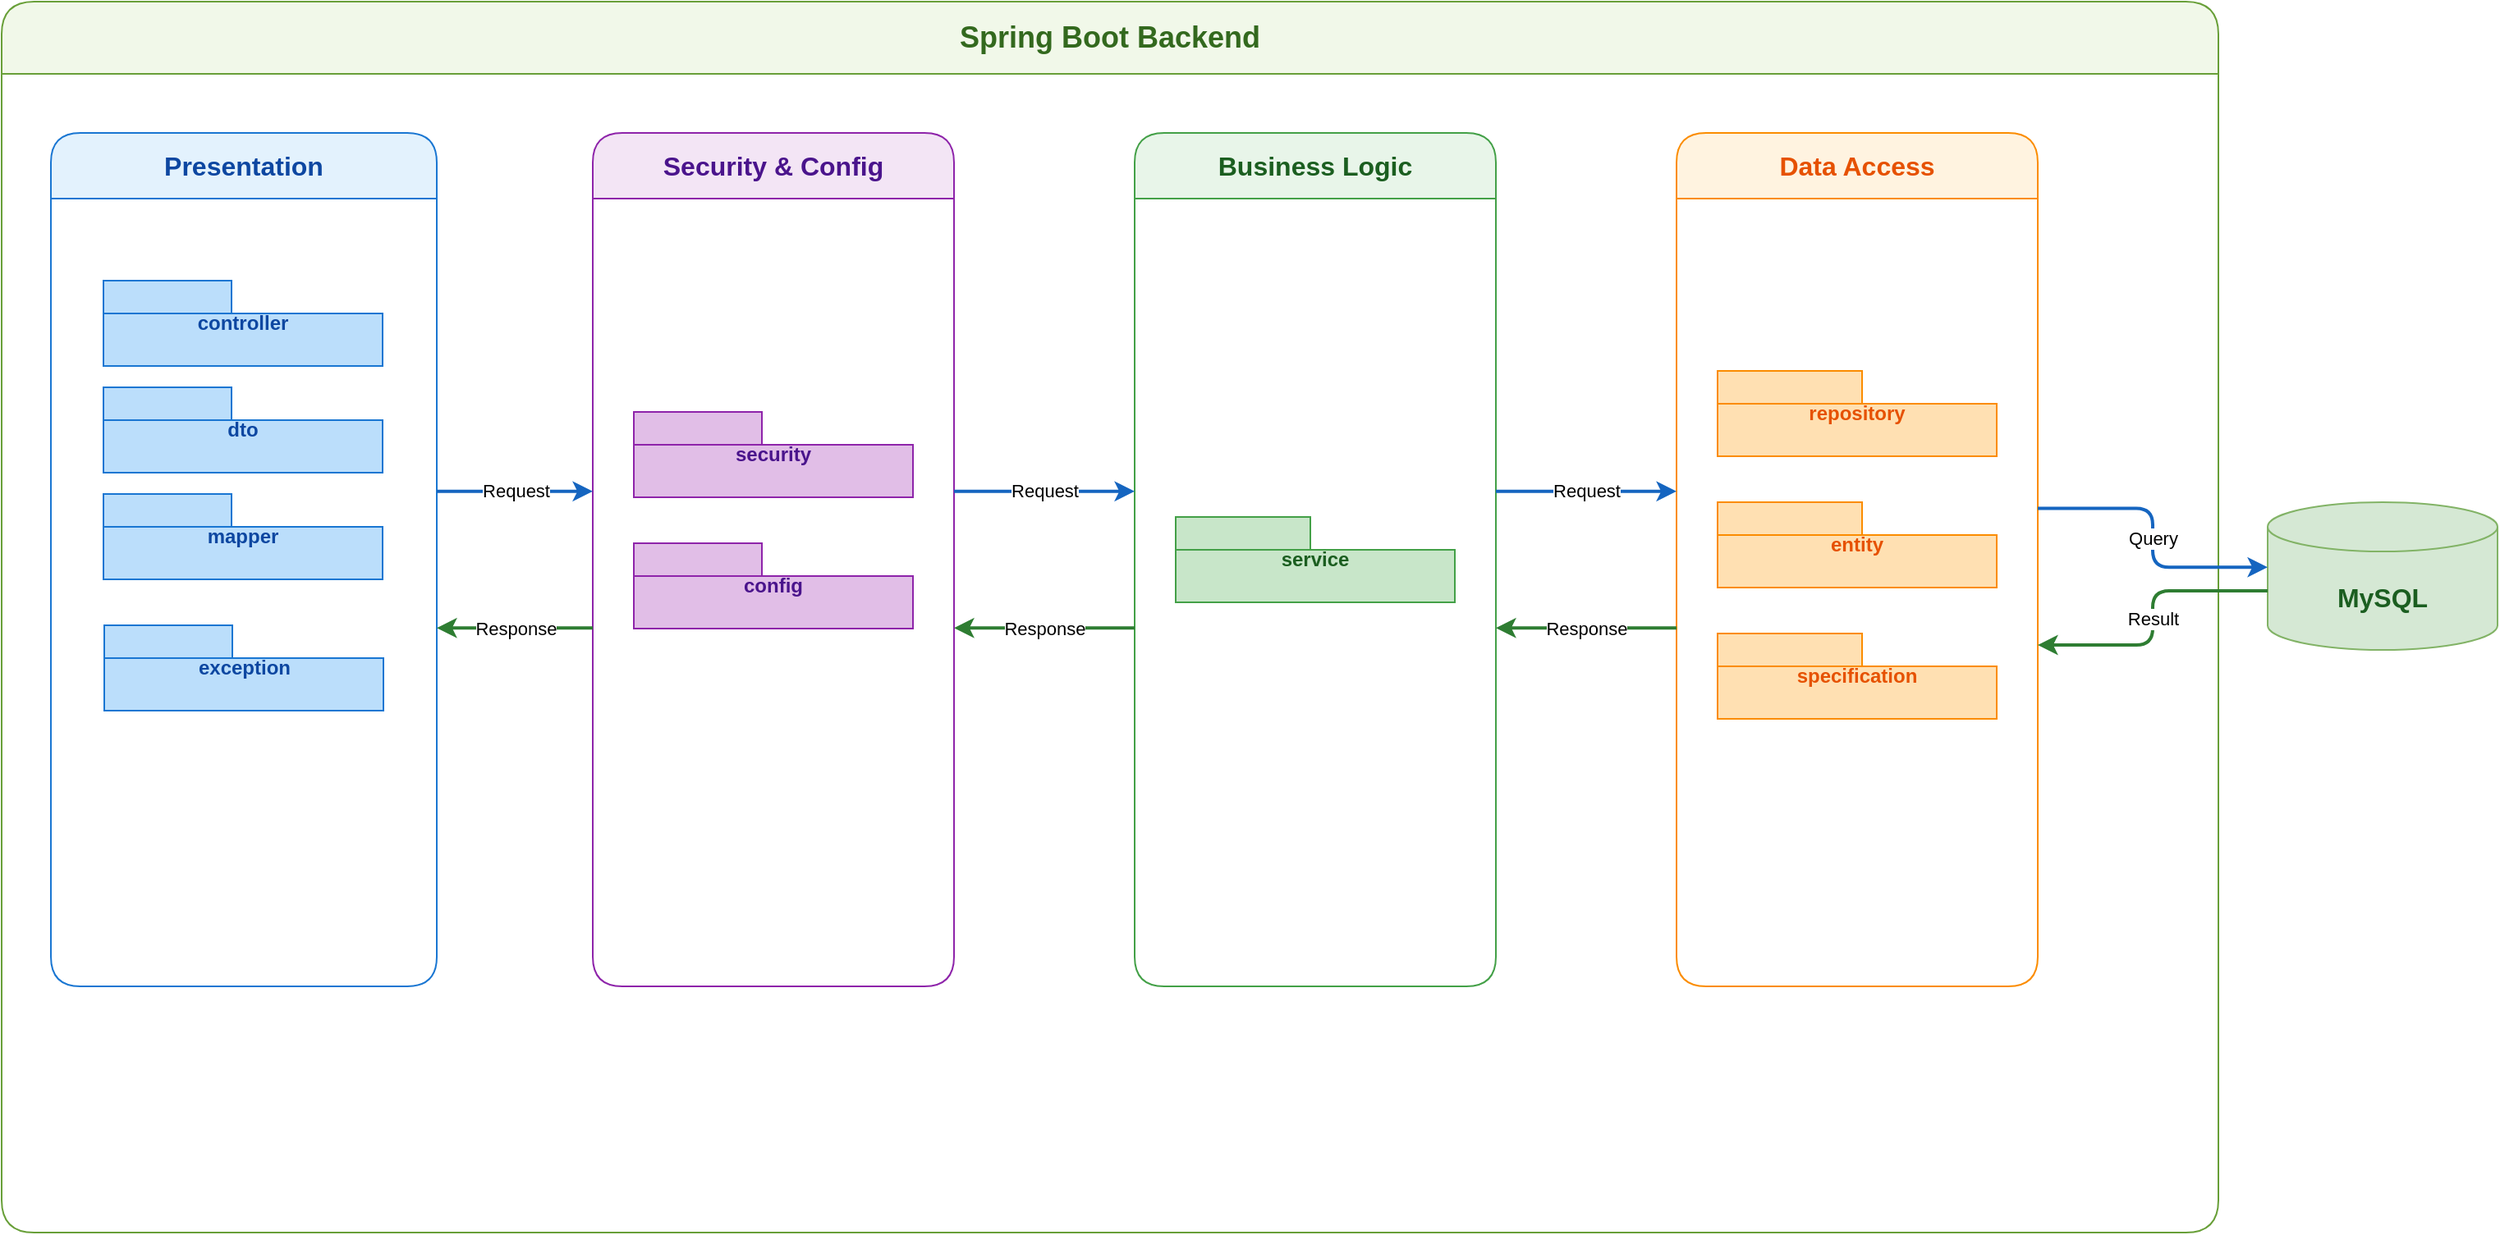
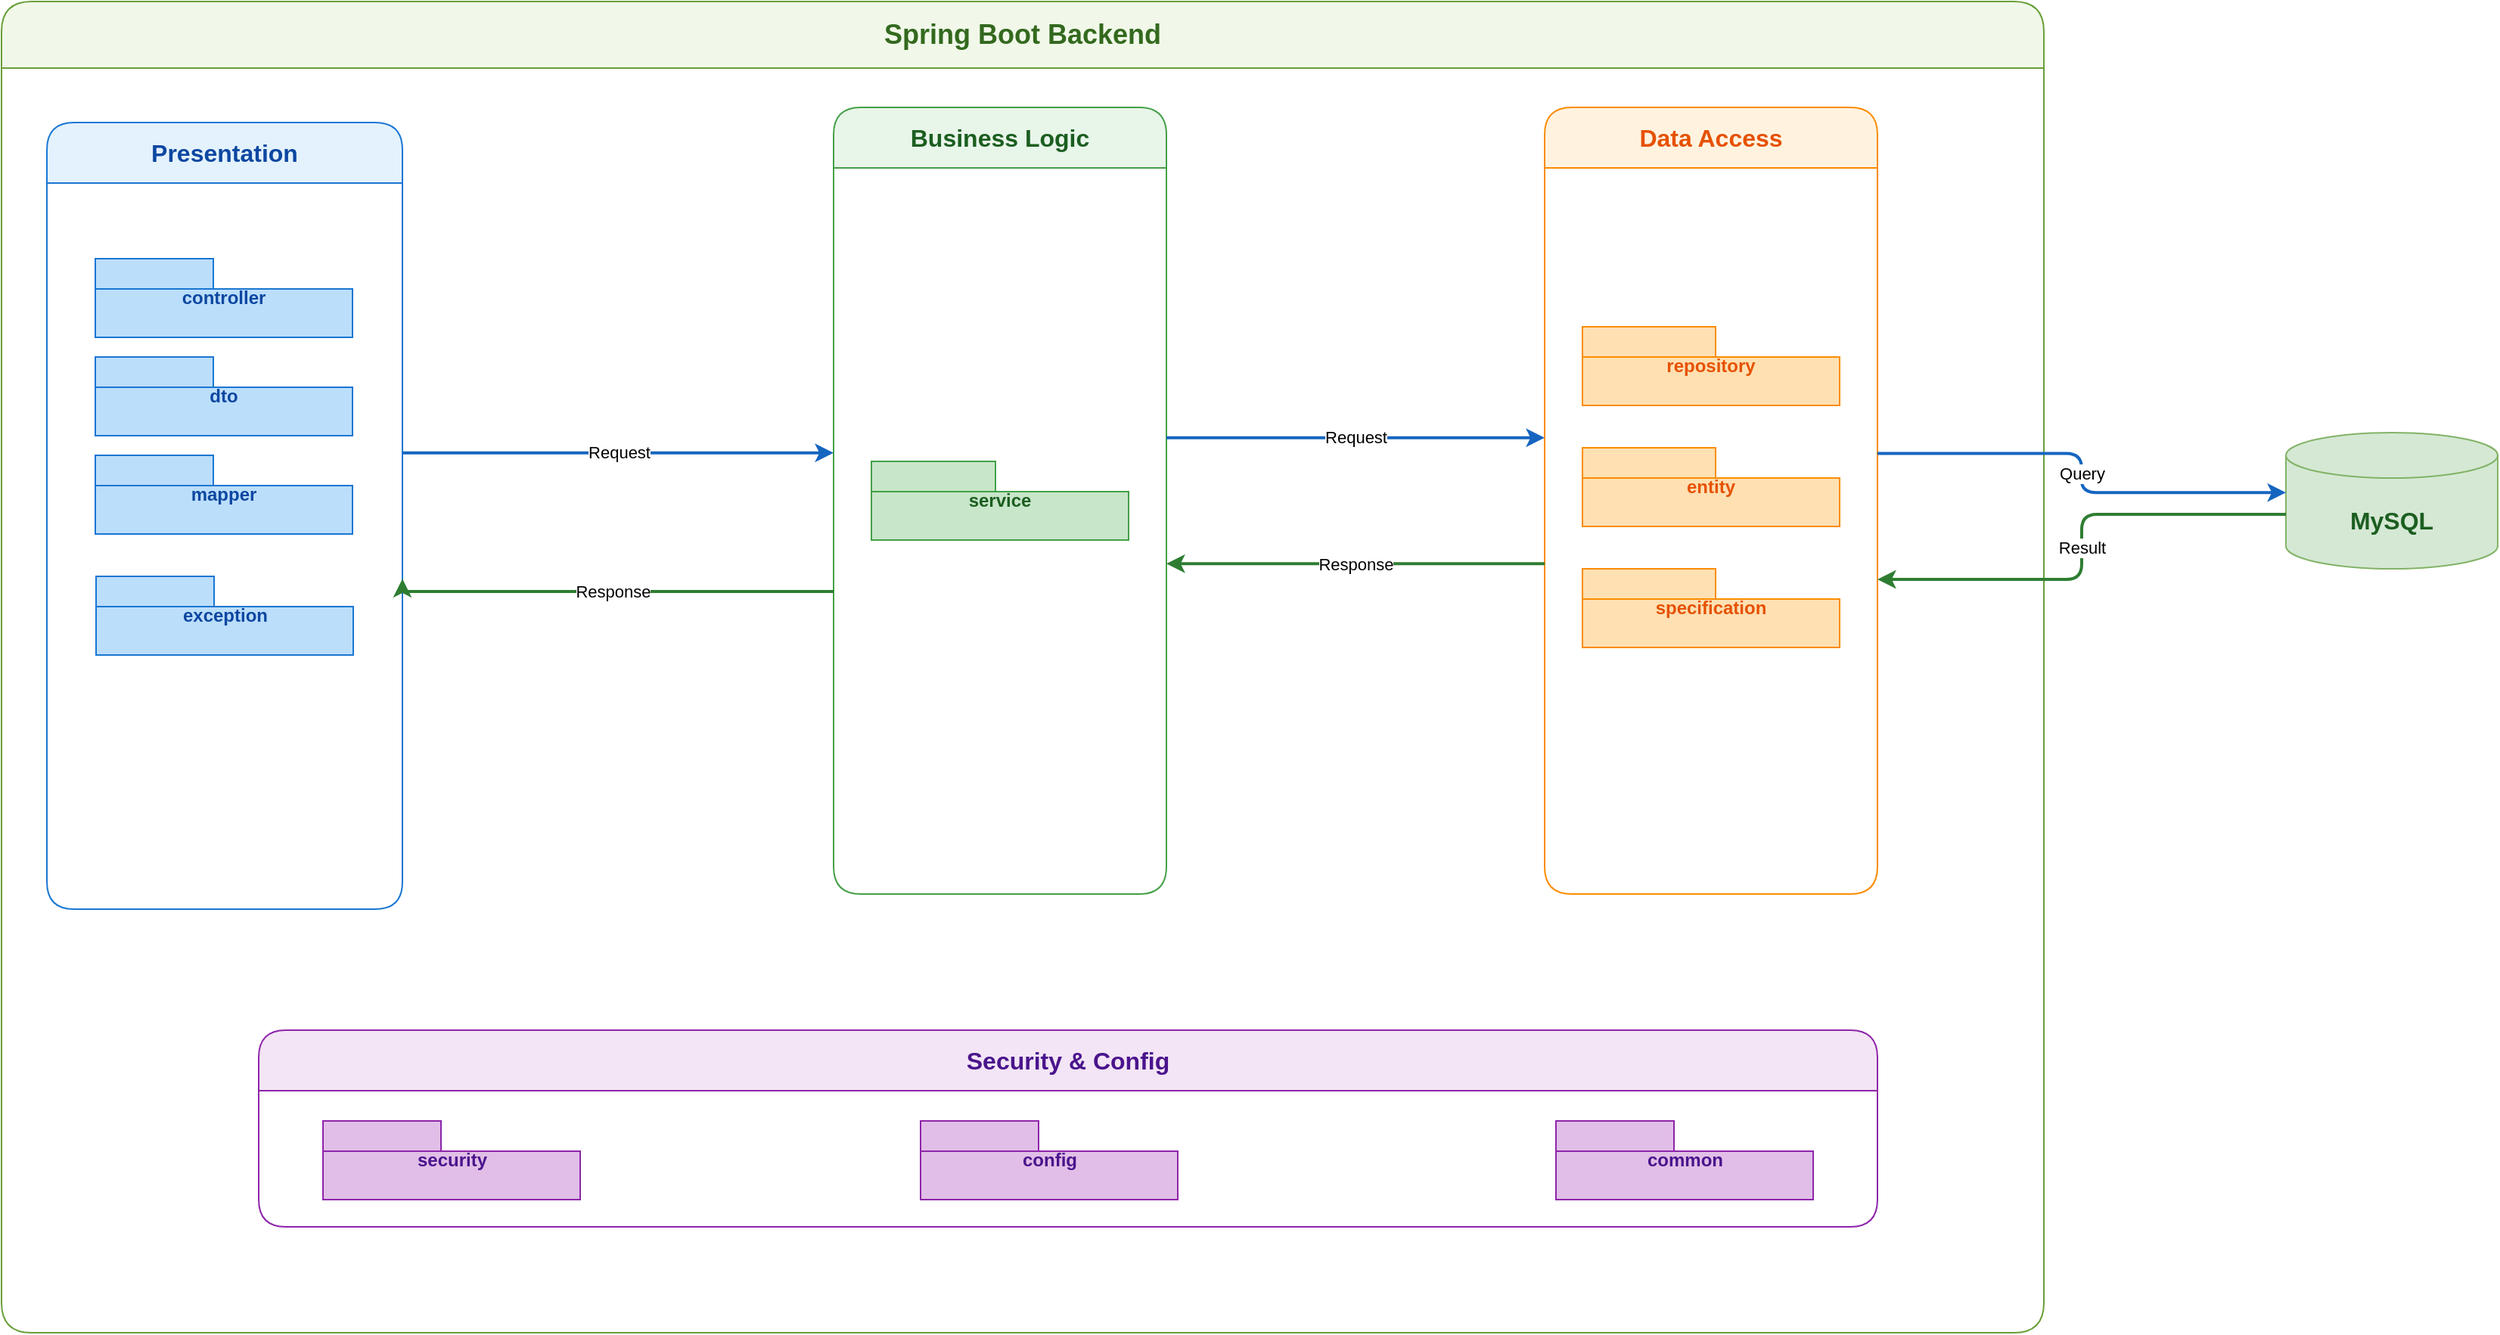
<mxfile host="65bd71144e">
    <diagram name="Backend Architecture" id="0">
-         <mxGraphModel dx="1762" dy="1778" grid="1" gridSize="10" guides="1" tooltips="1" connect="1" arrows="1" fold="1" page="1" pageScale="1" pageWidth="1300" pageHeight="820" math="0" shadow="0">
+         <mxGraphModel dx="2266" dy="1066" grid="1" gridSize="10" guides="1" tooltips="1" connect="1" arrows="1" fold="1" page="1" pageScale="1" pageWidth="1300" pageHeight="820" math="0" shadow="0">
            <root>
                <mxCell id="0"/>
                <mxCell id="1" parent="0"/>
                <mxCell id="2" value="Spring Boot Backend" style="swimlane;startSize=44;html=1;whiteSpace=wrap;fillColor=#F1F8E9;strokeColor=#689F38;fontColor=#33691E;fontStyle=1;fontSize=18;rounded=1;container=1;collapsible=0;recursiveResize=0;" parent="1" vertex="1">
-                     <mxGeometry x="940" y="90" width="1350" height="750" as="geometry"/>
+                     <mxGeometry x="940" y="90" width="1350" height="880" as="geometry"/>
                </mxCell>
                <mxCell id="3" value="Presentation" style="swimlane;startSize=40;html=1;whiteSpace=wrap;fillColor=#E3F2FD;strokeColor=#1976D2;fontColor=#0D47A1;fontStyle=1;fontSize=16;rounded=1;container=1;collapsible=0;recursiveResize=0;" parent="2" vertex="1">
                    <mxGeometry x="30" y="80" width="235" height="520" as="geometry"/>
                </mxCell>
                <mxCell id="4" value="controller" style="shape=folder;tabWidth=78;tabHeight=20;tabPosition=left;html=1;whiteSpace=wrap;fillColor=#BBDEFB;strokeColor=#1976D2;fontColor=#0D47A1;fontStyle=1;" parent="3" vertex="1">
                    <mxGeometry x="32" y="90" width="170" height="52" as="geometry"/>
                </mxCell>
                <mxCell id="5" value="dto" style="shape=folder;tabWidth=78;tabHeight=20;tabPosition=left;html=1;whiteSpace=wrap;fillColor=#BBDEFB;strokeColor=#1976D2;fontColor=#0D47A1;fontStyle=1;" parent="3" vertex="1">
                    <mxGeometry x="32" y="155" width="170" height="52" as="geometry"/>
                </mxCell>
                <mxCell id="6" value="mapper" style="shape=folder;tabWidth=78;tabHeight=20;tabPosition=left;html=1;whiteSpace=wrap;fillColor=#BBDEFB;strokeColor=#1976D2;fontColor=#0D47A1;fontStyle=1;" parent="3" vertex="1">
                    <mxGeometry x="32" y="220" width="170" height="52" as="geometry"/>
                </mxCell>
                <mxCell id="8" value="exception" style="shape=folder;tabWidth=78;tabHeight=20;tabPosition=left;html=1;whiteSpace=wrap;fillColor=#BBDEFB;strokeColor=#1976D2;fontColor=#0D47A1;fontStyle=1;" parent="3" vertex="1">
                    <mxGeometry x="32.5" y="300" width="170" height="52" as="geometry"/>
                </mxCell>
                <mxCell id="9" value="Security &amp; Config" style="swimlane;startSize=40;html=1;whiteSpace=wrap;fillColor=#F3E5F5;strokeColor=#8E24AA;fontColor=#4A148C;fontStyle=1;fontSize=16;rounded=1;container=1;collapsible=0;recursiveResize=0;" parent="2" vertex="1">
-                     <mxGeometry x="360" y="80" width="220" height="520" as="geometry"/>
+                     <mxGeometry x="170" y="680" width="1070" height="130" as="geometry"/>
                </mxCell>
                <mxCell id="10" value="security" style="shape=folder;tabWidth=78;tabHeight=20;tabPosition=left;html=1;whiteSpace=wrap;fillColor=#E1BEE7;strokeColor=#8E24AA;fontColor=#4A148C;fontStyle=1;" parent="9" vertex="1">
-                     <mxGeometry x="25" y="170" width="170" height="52" as="geometry"/>
+                     <mxGeometry x="42.5" y="60" width="170" height="52" as="geometry"/>
                </mxCell>
                <mxCell id="11" value="config" style="shape=folder;tabWidth=78;tabHeight=20;tabPosition=left;html=1;whiteSpace=wrap;fillColor=#E1BEE7;strokeColor=#8E24AA;fontColor=#4A148C;fontStyle=1;" parent="9" vertex="1">
-                     <mxGeometry x="25" y="250" width="170" height="52" as="geometry"/>
+                     <mxGeometry x="437.5" y="60" width="170" height="52" as="geometry"/>
+                 </mxCell>
+                 <mxCell id="28" value="common" style="shape=folder;tabWidth=78;tabHeight=20;tabPosition=left;html=1;whiteSpace=wrap;fillColor=#E1BEE7;strokeColor=#8E24AA;fontColor=#4A148C;fontStyle=1;" vertex="1" parent="9">
+                     <mxGeometry x="857.5" y="60" width="170" height="52" as="geometry"/>
                </mxCell>
                <mxCell id="12" value="Business Logic" style="swimlane;startSize=40;html=1;whiteSpace=wrap;fillColor=#E8F5E9;strokeColor=#43A047;fontColor=#1B5E20;fontStyle=1;fontSize=16;rounded=1;container=1;collapsible=0;recursiveResize=0;" parent="2" vertex="1">
-                     <mxGeometry x="690" y="80" width="220" height="520" as="geometry"/>
+                     <mxGeometry x="550" y="70" width="220" height="520" as="geometry"/>
                </mxCell>
                <mxCell id="13" value="service" style="shape=folder;tabWidth=82;tabHeight=20;tabPosition=left;html=1;whiteSpace=wrap;fillColor=#C8E6C9;strokeColor=#43A047;fontColor=#1B5E20;fontStyle=1;" parent="12" vertex="1">
                    <mxGeometry x="25" y="234" width="170" height="52" as="geometry"/>
                </mxCell>
                <mxCell id="15" value="Data Access" style="swimlane;startSize=40;html=1;whiteSpace=wrap;fillColor=#FFF3E0;strokeColor=#FB8C00;fontColor=#E65100;fontStyle=1;fontSize=16;rounded=1;container=1;collapsible=0;recursiveResize=0;" parent="2" vertex="1">
-                     <mxGeometry x="1020" y="80" width="220" height="520" as="geometry"/>
+                     <mxGeometry x="1020" y="70" width="220" height="520" as="geometry"/>
                </mxCell>
                <mxCell id="16" value="repository" style="shape=folder;tabWidth=88;tabHeight=20;tabPosition=left;html=1;whiteSpace=wrap;fillColor=#FFE0B2;strokeColor=#FB8C00;fontColor=#E65100;fontStyle=1;" parent="15" vertex="1">
                    <mxGeometry x="25" y="145" width="170" height="52" as="geometry"/>
                </mxCell>
                <mxCell id="17" value="entity" style="shape=folder;tabWidth=88;tabHeight=20;tabPosition=left;html=1;whiteSpace=wrap;fillColor=#FFE0B2;strokeColor=#FB8C00;fontColor=#E65100;fontStyle=1;" parent="15" vertex="1">
                    <mxGeometry x="25" y="225" width="170" height="52" as="geometry"/>
                </mxCell>
                <mxCell id="18" value="specification" style="shape=folder;tabWidth=88;tabHeight=20;tabPosition=left;html=1;whiteSpace=wrap;fillColor=#FFE0B2;strokeColor=#FB8C00;fontColor=#E65100;fontStyle=1;" parent="15" vertex="1">
                    <mxGeometry x="25" y="305" width="170" height="52" as="geometry"/>
                </mxCell>
+                 <mxCell id="20" value="Request" style="edgeStyle=orthogonalEdgeStyle;rounded=1;orthogonalLoop=1;jettySize=auto;html=1;endArrow=classic;strokeColor=#1565C0;strokeWidth=2;exitX=1;exitY=0.42;exitDx=0;exitDy=0;" parent="2" source="3" target="12" edge="1">
+                     <mxGeometry relative="1" as="geometry">
+                         <mxPoint x="690" y="290" as="targetPoint"/>
+                         <Array as="points">
+                             <mxPoint x="490" y="298"/>
+                             <mxPoint x="490" y="298"/>
+                         </Array>
+                     </mxGeometry>
+                 </mxCell>
+                 <mxCell id="21" value="Response" style="edgeStyle=orthogonalEdgeStyle;rounded=1;orthogonalLoop=1;jettySize=auto;html=1;endArrow=classic;strokeColor=#2E7D32;strokeWidth=2;entryX=1;entryY=0.58;entryDx=0;entryDy=0;" parent="2" source="12" target="3" edge="1">
+                     <mxGeometry relative="1" as="geometry">
+                         <mxPoint x="690" y="382" as="sourcePoint"/>
+                         <Array as="points">
+                             <mxPoint x="265" y="390"/>
+                         </Array>
+                     </mxGeometry>
+                 </mxCell>
                <mxCell id="19" value="MySQL" style="shape=cylinder3;whiteSpace=wrap;html=1;boundedLbl=1;backgroundOutline=1;size=15;fillColor=#D5E8D4;strokeColor=#82B366;fontColor=#1B5E20;fontStyle=1;fontSize=16;" parent="1" vertex="1">
-                     <mxGeometry x="2320" y="395" width="140" height="90" as="geometry"/>
-                 </mxCell>
-                 <mxCell id="20" value="Request" style="edgeStyle=orthogonalEdgeStyle;rounded=1;orthogonalLoop=1;jettySize=auto;html=1;endArrow=classic;strokeColor=#1565C0;strokeWidth=2;exitX=1;exitY=0.42;exitDx=0;exitDy=0;entryX=0;entryY=0.42;entryDx=0;entryDy=0;" parent="1" source="3" target="9" edge="1">
-                     <mxGeometry relative="1" as="geometry"/>
-                 </mxCell>
-                 <mxCell id="21" value="Response" style="edgeStyle=orthogonalEdgeStyle;rounded=1;orthogonalLoop=1;jettySize=auto;html=1;endArrow=classic;strokeColor=#2E7D32;strokeWidth=2;exitX=0;exitY=0.58;exitDx=0;exitDy=0;entryX=1;entryY=0.58;entryDx=0;entryDy=0;" parent="1" source="9" target="3" edge="1">
-                     <mxGeometry relative="1" as="geometry"/>
-                 </mxCell>
-                 <mxCell id="22" value="Request" style="edgeStyle=orthogonalEdgeStyle;rounded=1;orthogonalLoop=1;jettySize=auto;html=1;endArrow=classic;strokeColor=#1565C0;strokeWidth=2;exitX=1;exitY=0.42;exitDx=0;exitDy=0;entryX=0;entryY=0.42;entryDx=0;entryDy=0;" parent="1" source="9" target="12" edge="1">
-                     <mxGeometry relative="1" as="geometry"/>
-                 </mxCell>
-                 <mxCell id="23" value="Response" style="edgeStyle=orthogonalEdgeStyle;rounded=1;orthogonalLoop=1;jettySize=auto;html=1;endArrow=classic;strokeColor=#2E7D32;strokeWidth=2;exitX=0;exitY=0.58;exitDx=0;exitDy=0;entryX=1;entryY=0.58;entryDx=0;entryDy=0;" parent="1" source="12" target="9" edge="1">
-                     <mxGeometry relative="1" as="geometry"/>
+                     <mxGeometry x="2450" y="375" width="140" height="90" as="geometry"/>
                </mxCell>
                <mxCell id="24" value="Request" style="edgeStyle=orthogonalEdgeStyle;rounded=1;orthogonalLoop=1;jettySize=auto;html=1;endArrow=classic;strokeColor=#1565C0;strokeWidth=2;exitX=1;exitY=0.42;exitDx=0;exitDy=0;entryX=0;entryY=0.42;entryDx=0;entryDy=0;" parent="1" source="12" target="15" edge="1">
                    <mxGeometry relative="1" as="geometry"/>
                </mxCell>
                <mxCell id="25" value="Response" style="edgeStyle=orthogonalEdgeStyle;rounded=1;orthogonalLoop=1;jettySize=auto;html=1;endArrow=classic;strokeColor=#2E7D32;strokeWidth=2;exitX=0;exitY=0.58;exitDx=0;exitDy=0;entryX=1;entryY=0.58;entryDx=0;entryDy=0;" parent="1" source="15" target="12" edge="1">
                    <mxGeometry relative="1" as="geometry"/>
                </mxCell>
                <mxCell id="26" value="Query" style="edgeStyle=orthogonalEdgeStyle;rounded=1;orthogonalLoop=1;jettySize=auto;html=1;endArrow=classic;strokeColor=#1565C0;strokeWidth=2;exitX=1;exitY=0.44;exitDx=0;exitDy=0;entryX=0;entryY=0.44;entryDx=0;entryDy=0;" parent="1" source="15" target="19" edge="1">
                    <mxGeometry relative="1" as="geometry"/>
                </mxCell>
                <mxCell id="27" value="Result" style="edgeStyle=orthogonalEdgeStyle;rounded=1;orthogonalLoop=1;jettySize=auto;html=1;endArrow=classic;strokeColor=#2E7D32;strokeWidth=2;exitX=0;exitY=0.60;exitDx=0;exitDy=0;entryX=1;entryY=0.60;entryDx=0;entryDy=0;" parent="1" source="19" target="15" edge="1">
                    <mxGeometry relative="1" as="geometry"/>
                </mxCell>
            </root>
        </mxGraphModel>
    </diagram>
</mxfile>